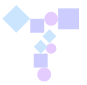
taneguchi/taneguchi.github.io keeps this draw.io diagram as assets/favicon.drawio.svg. Above is the earlier version. Source tidied: cells renumbered, new cells last; positions are measured from the earlier drawing's top-left corner, leaving out a move shared by most shapes. The source it was exported from:
```xml
<mxGraphModel>
  <root>
    <mxCell id="0" />
    <mxCell id="1" parent="0" />
    <mxCell id="2" style="whiteSpace=wrap;html=1;strokeColor=#FFFFFF;fillColor=#FFFFFF;" parent="1" vertex="1">
      <mxGeometry width="60" height="60" as="geometry" />
    </mxCell>
    <mxCell id="3" style="rhombus;whiteSpace=wrap;html=1;fillColor=#CCE5FF;strokeColor=none;" parent="1" vertex="1">
      <mxGeometry x="1" y="3" width="20" height="20" as="geometry" />
    </mxCell>
    <mxCell id="4" style="whiteSpace=wrap;html=1;fillColor=#CCCCFF;strokeColor=none;" parent="1" vertex="1">
      <mxGeometry x="21" y="13" width="10" height="10" as="geometry" />
    </mxCell>
    <mxCell id="5" style="ellipse;whiteSpace=wrap;html=1;fillColor=#E5CCFF;strokeColor=none;" parent="1" vertex="1">
      <mxGeometry x="32.2" y="30.5" width="7.5" height="7.5" as="geometry" />
    </mxCell>
    <mxCell id="6" style="ellipse;whiteSpace=wrap;html=1;fillColor=#E5CCFF;strokeColor=none;" parent="1" vertex="1">
      <mxGeometry x="31" y="8" width="10" height="10" as="geometry" />
    </mxCell>
    <mxCell id="7" style="whiteSpace=wrap;html=1;fillColor=#CCCCFF;strokeColor=none;" parent="1" vertex="1">
      <mxGeometry x="41" y="5.5" width="15" height="15" as="geometry" />
    </mxCell>
    <mxCell id="8" style="rhombus;whiteSpace=wrap;html=1;fillColor=#CCE5FF;strokeColor=none;" parent="1" vertex="1">
      <mxGeometry x="29.8" y="20.5" width="10" height="10" as="geometry" />
    </mxCell>
    <mxCell id="9" style="whiteSpace=wrap;html=1;fillColor=#CCCCFF;strokeColor=none;" parent="1" vertex="1">
      <mxGeometry x="23.5" y="38" width="10" height="10" as="geometry" />
    </mxCell>
    <mxCell id="10" style="ellipse;whiteSpace=wrap;html=1;fillColor=#E5CCFF;strokeColor=none;" parent="1" vertex="1">
      <mxGeometry x="26" y="48" width="10" height="10" as="geometry" />
    </mxCell>
    <mxCell id="11" style="rhombus;whiteSpace=wrap;html=1;fillColor=#CCE5FF;strokeColor=none;" parent="1" vertex="1">
      <mxGeometry x="23.5" y="28" width="10" height="10" as="geometry" />
    </mxCell>
  </root>
</mxGraphModel>
```
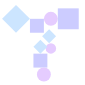
The same file after the commit.

The edit, as a diff of the source:
```diff
@@ -2,7 +2,7 @@
   <root>
     <mxCell id="0" />
     <mxCell id="1" parent="0" />
-    <mxCell id="2" style="whiteSpace=wrap;html=1;strokeColor=#FFFFFF;fillColor=#FFFFFF;" parent="1" vertex="1">
+    <mxCell id="2" style="whiteSpace=wrap;html=1;strokeColor=none;fillColor=none;" parent="1" vertex="1">
       <mxGeometry width="60" height="60" as="geometry" />
     </mxCell>
     <mxCell id="3" style="rhombus;whiteSpace=wrap;html=1;fillColor=#CCE5FF;strokeColor=none;" parent="1" vertex="1">
```
